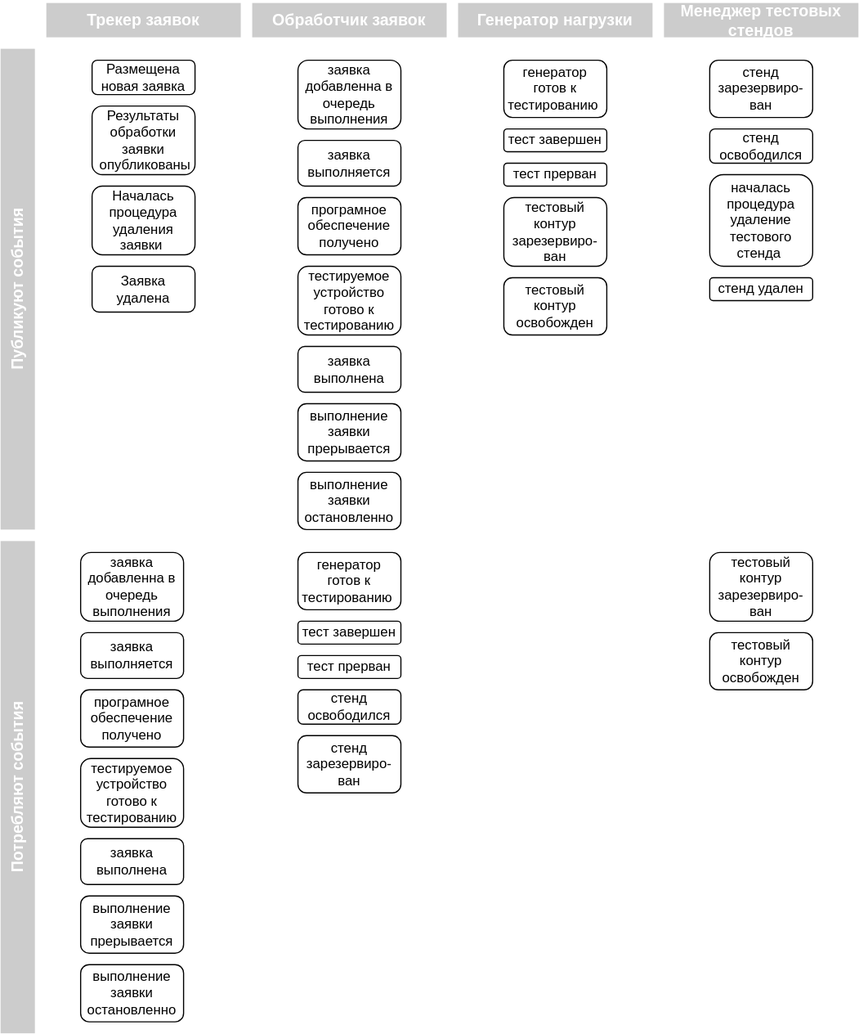
Before: graduate_project/diagrams/context_integration.svg, a diagram exported from draw.io (ralex29/otus_software_architect_2022_09). Source tidied: cells renumbered, new cells last; positions are measured from the earlier drawing's top-left corner, leaving out a move shared by most shapes.
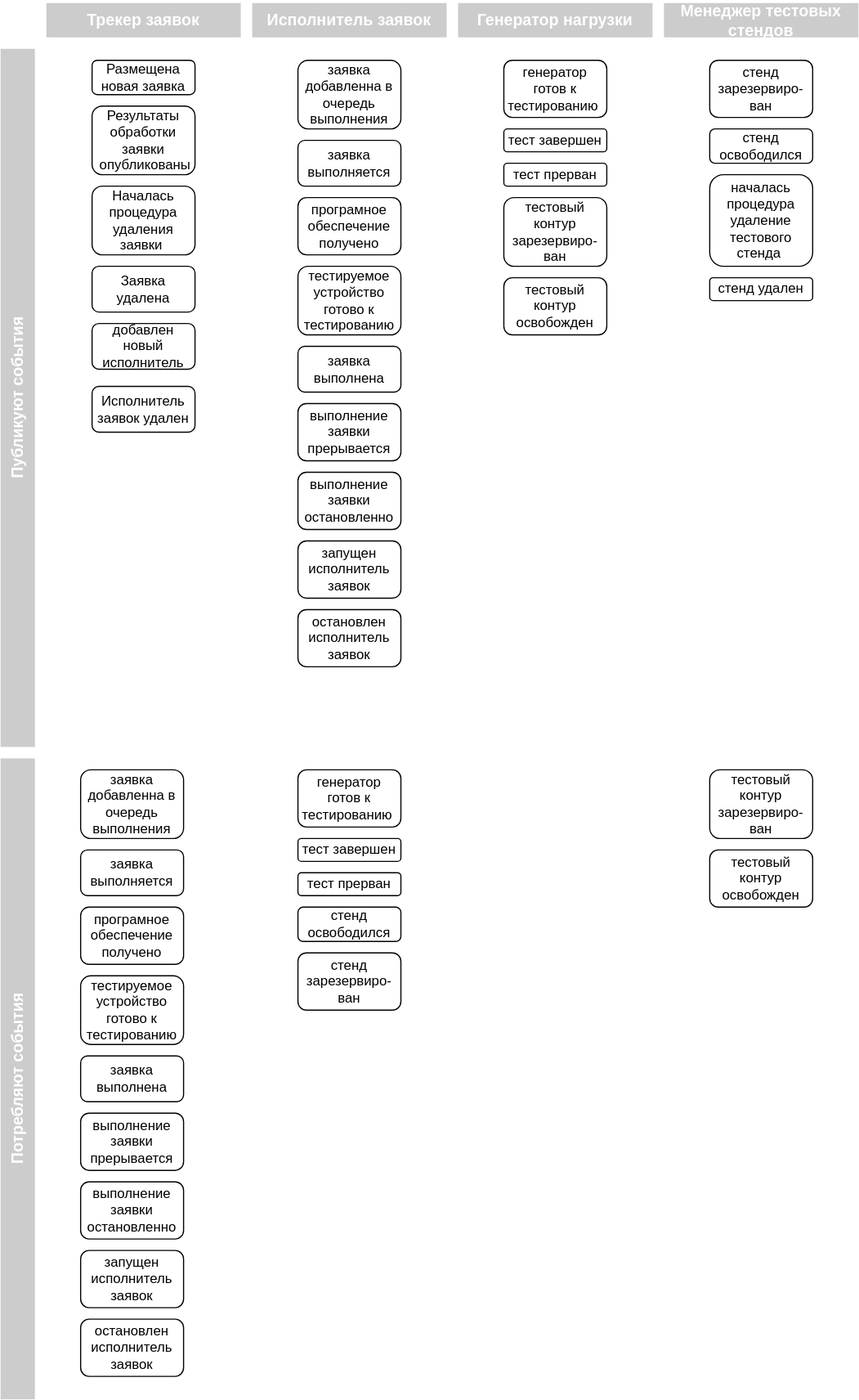
Later version of the same file.

Change to the diagram source:
```diff
@@ -3,10 +3,10 @@
     <mxCell id="0" />
     <mxCell id="1" parent="0" />
     <mxCell id="2" value="Публикуют события" style="html=1;fillColor=#CCCCCC;strokeColor=none;shadow=0;fontSize=14;fontColor=#FFFFFF;align=center;fontStyle=1;whiteSpace=wrap;horizontal=0;rounded=0;" parent="1" vertex="1">
-      <mxGeometry y="40" width="30" height="420" as="geometry" />
+      <mxGeometry y="40" width="30" height="610" as="geometry" />
     </mxCell>
     <mxCell id="3" value="Потребляют события" style="html=1;fillColor=#CCCCCC;strokeColor=none;shadow=0;fontSize=14;fontColor=#FFFFFF;align=center;fontStyle=1;whiteSpace=wrap;horizontal=0;rounded=0;" parent="1" vertex="1">
-      <mxGeometry y="470" width="30" height="430" as="geometry" />
+      <mxGeometry y="660" width="30" height="560" as="geometry" />
     </mxCell>
     <mxCell id="4" value="Трекер заявок" style="html=1;fillColor=#CCCCCC;strokeColor=none;shadow=0;fontSize=14;fontColor=#FFFFFF;align=center;fontStyle=1;whiteSpace=wrap;rounded=0;" parent="1" vertex="1">
       <mxGeometry x="40" width="170" height="30" as="geometry" />
@@ -14,7 +14,7 @@
     <mxCell id="5" value="Менеджер тестовых стендов" style="html=1;fillColor=#CCCCCC;strokeColor=none;shadow=0;fontSize=14;fontColor=#FFFFFF;align=center;fontStyle=1;whiteSpace=wrap;rounded=0;" parent="1" vertex="1">
       <mxGeometry x="580" width="170" height="30" as="geometry" />
     </mxCell>
-    <mxCell id="6" value="Обработчик заявок" style="html=1;fillColor=#CCCCCC;strokeColor=none;shadow=0;fontSize=14;fontColor=#FFFFFF;align=center;fontStyle=1;whiteSpace=wrap;rounded=0;" parent="1" vertex="1">
+    <mxCell id="6" value="Исполнитель заявок" style="html=1;fillColor=#CCCCCC;strokeColor=none;shadow=0;fontSize=14;fontColor=#FFFFFF;align=center;fontStyle=1;whiteSpace=wrap;rounded=0;" parent="1" vertex="1">
       <mxGeometry x="220" width="170" height="30" as="geometry" />
     </mxCell>
     <mxCell id="7" value="Генератор нагрузки" style="html=1;fillColor=#CCCCCC;strokeColor=none;shadow=0;fontSize=14;fontColor=#FFFFFF;align=center;fontStyle=1;whiteSpace=wrap;rounded=0;" parent="1" vertex="1">
@@ -78,49 +78,67 @@
       <mxGeometry x="440" y="240" width="90" height="50" as="geometry" />
     </mxCell>
     <mxCell id="27" value="заявка добавленна в очередь выполнения" style="rounded=1;whiteSpace=wrap;html=1;" parent="1" vertex="1">
-      <mxGeometry x="70" y="480" width="90" height="60" as="geometry" />
+      <mxGeometry x="70" y="670" width="90" height="60" as="geometry" />
     </mxCell>
     <mxCell id="28" value="заявка выполняется" style="rounded=1;whiteSpace=wrap;html=1;" parent="1" vertex="1">
-      <mxGeometry x="70" y="550" width="90" height="40" as="geometry" />
+      <mxGeometry x="70" y="740" width="90" height="40" as="geometry" />
     </mxCell>
     <mxCell id="29" value="програмное обеспечение получено" style="rounded=1;whiteSpace=wrap;html=1;" parent="1" vertex="1">
-      <mxGeometry x="70" y="600" width="90" height="50" as="geometry" />
+      <mxGeometry x="70" y="790" width="90" height="50" as="geometry" />
     </mxCell>
     <mxCell id="30" value="тестируемое устройство готово к тестированию" style="rounded=1;whiteSpace=wrap;html=1;" parent="1" vertex="1">
-      <mxGeometry x="70" y="660" width="90" height="60" as="geometry" />
+      <mxGeometry x="70" y="850" width="90" height="60" as="geometry" />
     </mxCell>
     <mxCell id="31" value="заявка выполнена" style="rounded=1;whiteSpace=wrap;html=1;" parent="1" vertex="1">
-      <mxGeometry x="70" y="730" width="90" height="40" as="geometry" />
+      <mxGeometry x="70" y="920" width="90" height="40" as="geometry" />
     </mxCell>
     <mxCell id="32" value="выполнение заявки прерывается" style="rounded=1;whiteSpace=wrap;html=1;" parent="1" vertex="1">
-      <mxGeometry x="70" y="780" width="90" height="50" as="geometry" />
+      <mxGeometry x="70" y="970" width="90" height="50" as="geometry" />
     </mxCell>
     <mxCell id="33" value="выполнение заявки остановленно" style="rounded=1;whiteSpace=wrap;html=1;" parent="1" vertex="1">
       <mxGeometry x="260" y="410" width="90" height="50" as="geometry" />
     </mxCell>
     <mxCell id="34" value="выполнение заявки остановленно" style="rounded=1;whiteSpace=wrap;html=1;" parent="1" vertex="1">
-      <mxGeometry x="70" y="840" width="90" height="50" as="geometry" />
+      <mxGeometry x="70" y="1030" width="90" height="50" as="geometry" />
     </mxCell>
     <mxCell id="35" value="генератор готов к тестированию&amp;nbsp;" style="rounded=1;whiteSpace=wrap;html=1;" parent="1" vertex="1">
-      <mxGeometry x="260" y="480" width="90" height="50" as="geometry" />
+      <mxGeometry x="260" y="670" width="90" height="50" as="geometry" />
     </mxCell>
     <mxCell id="36" value="тест завершен" style="rounded=1;whiteSpace=wrap;html=1;" parent="1" vertex="1">
-      <mxGeometry x="260" y="540" width="90" height="20" as="geometry" />
+      <mxGeometry x="260" y="730" width="90" height="20" as="geometry" />
     </mxCell>
     <mxCell id="37" value="тест прерван" style="rounded=1;whiteSpace=wrap;html=1;" parent="1" vertex="1">
-      <mxGeometry x="260" y="570" width="90" height="20" as="geometry" />
+      <mxGeometry x="260" y="760" width="90" height="20" as="geometry" />
     </mxCell>
     <mxCell id="38" value="стенд освободился" style="rounded=1;whiteSpace=wrap;html=1;" parent="1" vertex="1">
-      <mxGeometry x="260" y="600" width="90" height="30" as="geometry" />
+      <mxGeometry x="260" y="790" width="90" height="30" as="geometry" />
     </mxCell>
     <mxCell id="39" value="стенд зарезервиро-ван" style="rounded=1;whiteSpace=wrap;html=1;" parent="1" vertex="1">
-      <mxGeometry x="260" y="640" width="90" height="50" as="geometry" />
+      <mxGeometry x="260" y="830" width="90" height="50" as="geometry" />
     </mxCell>
     <mxCell id="40" value="тестовый контур зарезервиро-ван" style="rounded=1;whiteSpace=wrap;html=1;" parent="1" vertex="1">
-      <mxGeometry x="620" y="480" width="90" height="60" as="geometry" />
+      <mxGeometry x="620" y="670" width="90" height="60" as="geometry" />
     </mxCell>
     <mxCell id="41" value="тестовый контур освобожден" style="rounded=1;whiteSpace=wrap;html=1;" parent="1" vertex="1">
-      <mxGeometry x="620" y="550" width="90" height="50" as="geometry" />
+      <mxGeometry x="620" y="740" width="90" height="50" as="geometry" />
     </mxCell>
+    <mxCell id="42" value="запущен исполнитель заявок" style="rounded=1;whiteSpace=wrap;html=1;" parent="1" vertex="1">
+      <mxGeometry x="260" y="470" width="90" height="50" as="geometry" />
+    </mxCell>
+    <mxCell id="43" value="остановлен&lt;br&gt;исполнитель заявок" style="rounded=1;whiteSpace=wrap;html=1;" parent="1" vertex="1">
+      <mxGeometry x="260" y="530" width="90" height="50" as="geometry" />
+    </mxCell>
+    <mxCell id="44" value="запущен исполнитель заявок" style="rounded=1;whiteSpace=wrap;html=1;" parent="1" vertex="1">
+      <mxGeometry x="70" y="1090" width="90" height="50" as="geometry" />
+    </mxCell>
+    <mxCell id="45" value="остановлен&lt;br&gt;исполнитель заявок" style="rounded=1;whiteSpace=wrap;html=1;" parent="1" vertex="1">
+      <mxGeometry x="70" y="1150" width="90" height="50" as="geometry" />
+    </mxCell>
+    <mxCell id="46" value="добавлен новый исполнитель" style="rounded=1;whiteSpace=wrap;html=1;" parent="1" vertex="1">
+      <mxGeometry x="80" y="280" width="90" height="40" as="geometry" />
+    </mxCell>
+    <mxCell id="47" value="Исполнитель заявок удален" style="rounded=1;whiteSpace=wrap;html=1;" parent="1" vertex="1">
+      <mxGeometry x="80" y="335" width="90" height="40" as="geometry" />
+    </mxCell>
   </root>
 </mxGraphModel>
```
